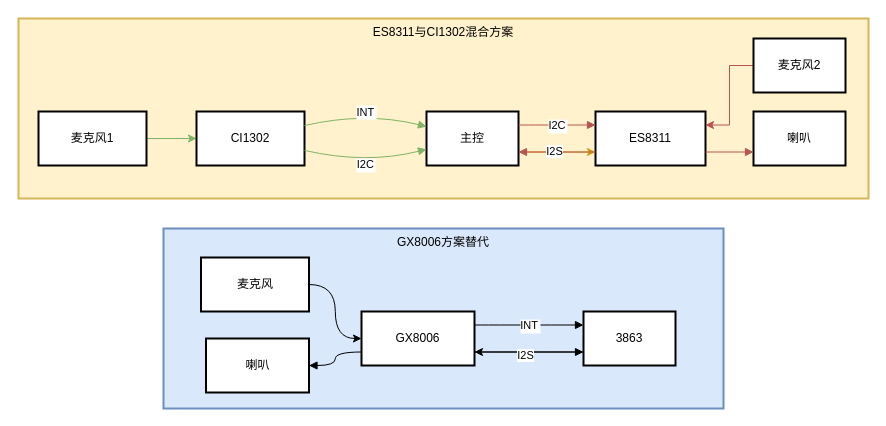
Before: CI1302和GX8006方案对比.drawio in GaoXiaoLon/DrawIO, a draw.io diagram. Source tidied: cells renumbered, new cells numbered last; positions are measured from the earlier drawing's top-left corner, leaving out a move shared by most shapes. Both pictures are drawn from the tidied source at 100%, with x=0, y=0 at pixel (18, 18).
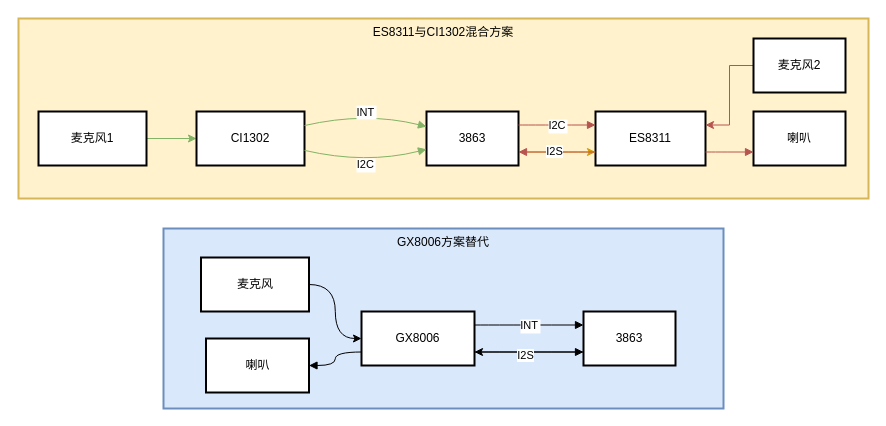
Above is the later version.

Commit message:
更新CI1302和GX8006方案对比.drawio

What changed in the source:
```diff
@@
-    <mxCell id="9" value="主控" style="whiteSpace=wrap;strokeWidth=2;" parent="1" vertex="1">
+    <mxCell id="9" value="3863" style="whiteSpace=wrap;strokeWidth=2;" parent="1" vertex="1">
       <mxGeometry x="408" y="93" width="92" height="54" as="geometry" />
     </mxCell>
```
